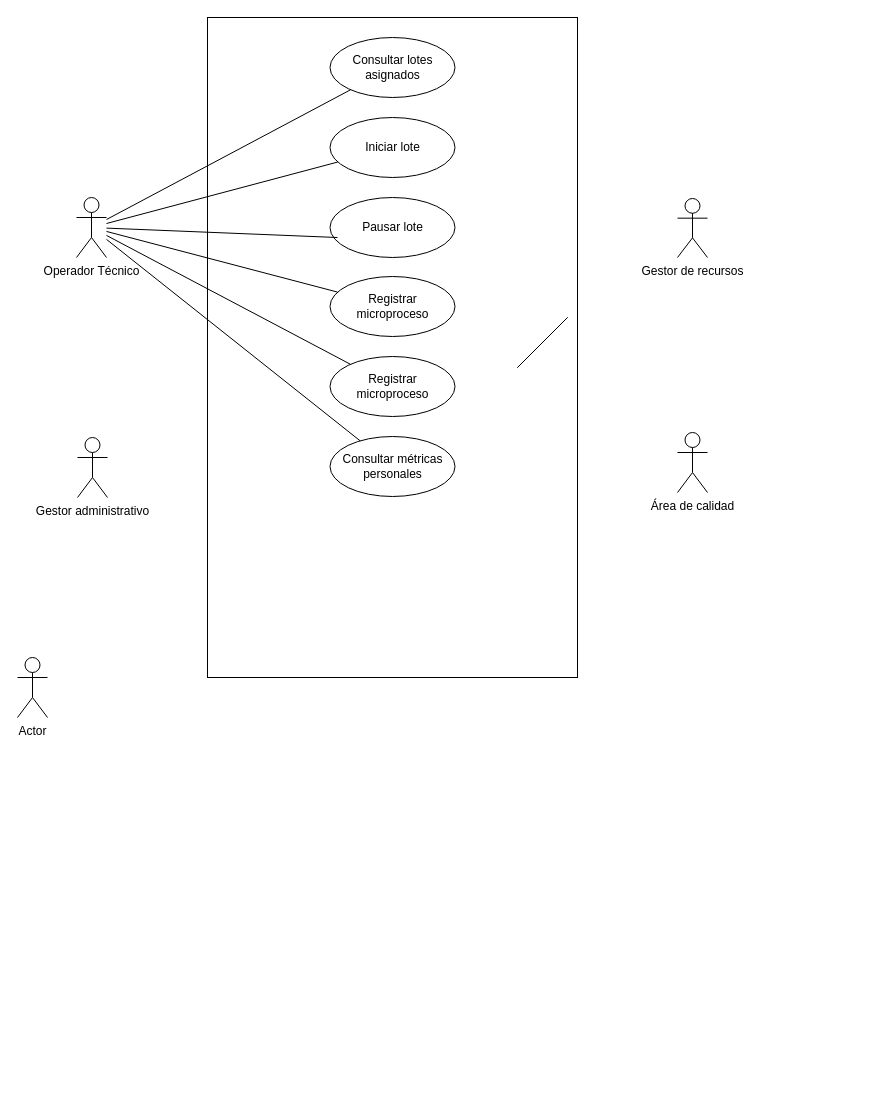
Before: Untitled Diagram.drawio in SantiArandaRod/dev_CiberLight, a draw.io diagram. Source tidied: cells renumbered, new cells numbered last; positions are measured from the earlier drawing's top-left corner, leaving out a move shared by most shapes. Both pictures are drawn from the tidied source at 100%, with x=0, y=0 at pixel (17, 17).
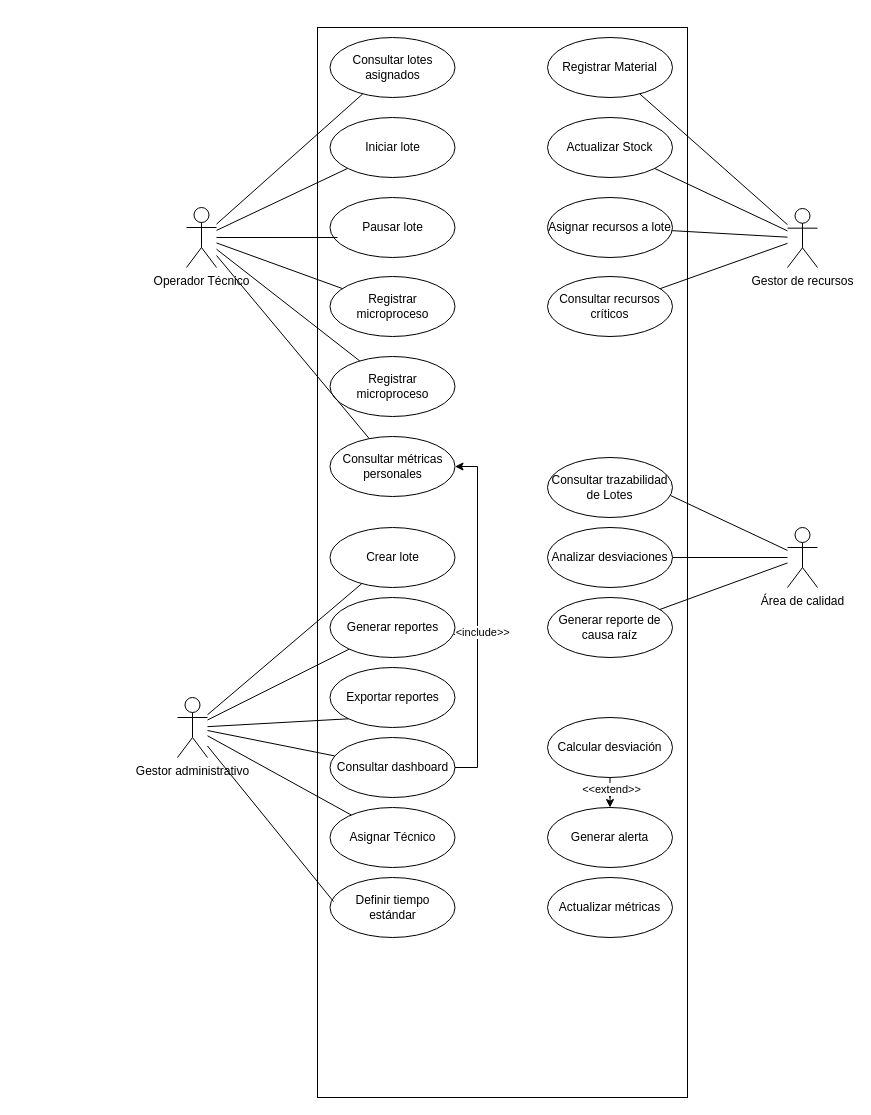
After the change.

Commit message:
actualizando casos de uso y sus relaciones

The change refers to these unchanged cells:
```xml
<mxCell id="13" value="Consultar métricas personales" style="ellipse;whiteSpace=wrap;html=1;" parent="1" vertex="1">
  <mxGeometry x="312.5" y="419" width="125" height="60" as="geometry" />
</mxCell>
```

Change to the diagram source:
```diff
@@
     <mxCell id="2" value="Operador Técnico" style="shape=umlActor;verticalLabelPosition=bottom;verticalAlign=top;html=1;outlineConnect=0;" parent="1" vertex="1">
-      <mxGeometry x="59" y="180" width="30" height="60" as="geometry" />
+      <mxGeometry x="169" y="190" width="30" height="60" as="geometry" />
     </mxCell>
     <mxCell id="3" value="Gestor de recursos" style="shape=umlActor;verticalLabelPosition=bottom;verticalAlign=top;html=1;outlineConnect=0;" parent="1" vertex="1">
-      <mxGeometry x="660" y="181" width="30" height="59" as="geometry" />
+      <mxGeometry x="770" y="191" width="30" height="59" as="geometry" />
     </mxCell>
     <mxCell id="4" value="Área de calidad" style="shape=umlActor;verticalLabelPosition=bottom;verticalAlign=top;html=1;outlineConnect=0;" parent="1" vertex="1">
-      <mxGeometry x="660" y="415" width="30" height="60" as="geometry" />
+      <mxGeometry x="770" y="510" width="30" height="60" as="geometry" />
     </mxCell>
     <mxCell id="5" value="Gestor administrativo" style="shape=umlActor;verticalLabelPosition=bottom;verticalAlign=top;html=1;outlineConnect=0;" parent="1" vertex="1">
-      <mxGeometry x="60" y="420" width="30" height="60" as="geometry" />
+      <mxGeometry x="160" y="680" width="30" height="60" as="geometry" />
     </mxCell>
-    <mxCell id="6" value="Actor" style="shape=umlActor;verticalLabelPosition=bottom;verticalAlign=top;html=1;" parent="1" vertex="1">
-      <mxGeometry y="640" width="30" height="60" as="geometry" />
-    </mxCell>
     <mxCell id="7" style="rounded=0;whiteSpace=wrap;html=1;" parent="1" vertex="1">
-      <mxGeometry x="190" width="370" height="660" as="geometry" />
+      <mxGeometry x="300" y="10" width="370" height="1070" as="geometry" />
     </mxCell>
@@
-    <mxCell id="17" style="endArrow=none;html=1;rounded=0;" parent="1" edge="1">
-      <mxGeometry relative="1" as="geometry">
-        <mxPoint x="500" y="350" as="sourcePoint" />
-        <mxPoint x="550" y="300" as="targetPoint" />
-      </mxGeometry>
-    </mxCell>
-    <mxCell id="18" style="endArrow=none;html=1;rounded=0;" parent="1" edge="1">
-      <mxGeometry relative="1" as="geometry">
-        <mxPoint x="500" y="350" as="sourcePoint" />
-        <mxPoint x="550" y="300" as="targetPoint" />
-      </mxGeometry>
-    </mxCell>
@@
+    <mxCell id="22" value="Crear lote" style="ellipse;whiteSpace=wrap;html=1;" parent="1" vertex="1">
+      <mxGeometry x="312.5" y="510" width="125" height="60" as="geometry" />
+    </mxCell>
+    <mxCell id="23" value="Asignar Técnico" style="ellipse;whiteSpace=wrap;html=1;" parent="1" vertex="1">
+      <mxGeometry x="312.5" y="790" width="125" height="60" as="geometry" />
+    </mxCell>
+    <mxCell id="24" value="Definir tiempo estándar" style="ellipse;whiteSpace=wrap;html=1;" parent="1" vertex="1">
+      <mxGeometry x="312.5" y="860" width="125" height="60" as="geometry" />
+    </mxCell>
+    <mxCell id="25" style="edgeStyle=orthogonalEdgeStyle;rounded=0;jettySize=auto;html=1;entryX=1;entryY=0.5;entryDx=0;entryDy=0;" parent="1" edge="1" source="27" target="13">
+      <mxGeometry relative="1" as="geometry">
+        <Array as="points">
+          <mxPoint x="460" y="750" />
+          <mxPoint x="460" y="449" />
+        </Array>
+      </mxGeometry>
+    </mxCell>
+    <mxCell id="26" value="&amp;lt;&amp;lt;include&lt;span style=&quot;background-color: light-dark(#ffffff, var(--ge-dark-color, #121212)); color: light-dark(rgb(0, 0, 0), rgb(255, 255, 255));&quot;&gt;&amp;gt;&amp;gt;&lt;/span&gt;" style="edgeLabel;html=1;align=center;verticalAlign=middle;" parent="25" vertex="1">
+      <mxGeometry x="-0.08" y="-1" relative="1" as="geometry">
+        <mxPoint y="1" as="offset" />
+      </mxGeometry>
+    </mxCell>
+    <mxCell id="27" value="Consultar dashboard" style="ellipse;whiteSpace=wrap;html=1;" parent="1" vertex="1">
+      <mxGeometry x="312.5" y="720" width="125" height="60" as="geometry" />
+    </mxCell>
+    <mxCell id="28" value="Generar reportes" style="ellipse;whiteSpace=wrap;html=1;" parent="1" vertex="1">
+      <mxGeometry x="312.5" y="580" width="125" height="60" as="geometry" />
+    </mxCell>
+    <mxCell id="29" value="Exportar reportes" style="ellipse;whiteSpace=wrap;html=1;" parent="1" vertex="1">
+      <mxGeometry x="312.5" y="650" width="125" height="60" as="geometry" />
+    </mxCell>
+    <mxCell id="30" style="endArrow=none;html=1;rounded=0;entryX=0.028;entryY=0.4;entryDx=0;entryDy=0;entryPerimeter=0;" parent="1" edge="1" source="5" target="24">
+      <mxGeometry relative="1" as="geometry" />
+    </mxCell>
+    <mxCell id="31" style="endArrow=none;html=1;rounded=0;" parent="1" edge="1" source="23" target="5">
+      <mxGeometry relative="1" as="geometry" />
+    </mxCell>
+    <mxCell id="32" style="endArrow=none;html=1;rounded=0;" parent="1" edge="1" source="27" target="5">
+      <mxGeometry relative="1" as="geometry" />
+    </mxCell>
+    <mxCell id="33" style="endArrow=none;html=1;rounded=0;exitX=0;exitY=1;exitDx=0;exitDy=0;" parent="1" edge="1" source="29" target="5">
+      <mxGeometry relative="1" as="geometry" />
+    </mxCell>
+    <mxCell id="34" style="endArrow=none;html=1;rounded=0;" parent="1" edge="1" source="5" target="28">
+      <mxGeometry relative="1" as="geometry" />
+    </mxCell>
+    <mxCell id="35" style="endArrow=none;html=1;rounded=0;" parent="1" edge="1" source="5" target="22">
+      <mxGeometry relative="1" as="geometry" />
+    </mxCell>
+    <mxCell id="36" value="Registrar Material" style="ellipse;whiteSpace=wrap;html=1;" parent="1" vertex="1">
+      <mxGeometry x="530" y="20" width="125" height="60" as="geometry" />
+    </mxCell>
+    <mxCell id="37" value="Actualizar Stock" style="ellipse;whiteSpace=wrap;html=1;" parent="1" vertex="1">
+      <mxGeometry x="530" y="100" width="125" height="60" as="geometry" />
+    </mxCell>
+    <mxCell id="38" value="Asignar recursos a lote" style="ellipse;whiteSpace=wrap;html=1;" parent="1" vertex="1">
+      <mxGeometry x="530" y="180" width="125" height="60" as="geometry" />
+    </mxCell>
+    <mxCell id="39" value="Consultar recursos críticos" style="ellipse;whiteSpace=wrap;html=1;" parent="1" vertex="1">
+      <mxGeometry x="530" y="259" width="125" height="60" as="geometry" />
+    </mxCell>
+    <mxCell id="40" style="endArrow=none;html=1;rounded=0;" parent="1" edge="1" source="39" target="3">
+      <mxGeometry relative="1" as="geometry" />
+    </mxCell>
+    <mxCell id="41" style="endArrow=none;html=1;rounded=0;" parent="1" edge="1" source="38" target="3">
+      <mxGeometry relative="1" as="geometry" />
+    </mxCell>
+    <mxCell id="42" style="endArrow=none;html=1;rounded=0;" parent="1" edge="1" source="37" target="3">
+      <mxGeometry relative="1" as="geometry" />
+    </mxCell>
+    <mxCell id="43" style="endArrow=none;html=1;rounded=0;" parent="1" edge="1" source="36" target="3">
+      <mxGeometry relative="1" as="geometry" />
+    </mxCell>
+    <mxCell id="44" value="Consultar trazabilidad de Lotes" style="ellipse;whiteSpace=wrap;html=1;" parent="1" vertex="1">
+      <mxGeometry x="530" y="440" width="125" height="60" as="geometry" />
+    </mxCell>
+    <mxCell id="45" value="Generar reporte de causa raíz" style="ellipse;whiteSpace=wrap;html=1;" parent="1" vertex="1">
+      <mxGeometry x="530" y="580" width="125" height="60" as="geometry" />
+    </mxCell>
+    <mxCell id="46" value="Analizar desviaciones" style="ellipse;whiteSpace=wrap;html=1;" parent="1" vertex="1">
+      <mxGeometry x="530" y="510" width="125" height="60" as="geometry" />
+    </mxCell>
+    <mxCell id="47" style="endArrow=none;html=1;rounded=0;" parent="1" edge="1" source="4" target="46">
+      <mxGeometry relative="1" as="geometry" />
+    </mxCell>
+    <mxCell id="48" style="endArrow=none;html=1;rounded=0;exitX=0.984;exitY=0.633;exitDx=0;exitDy=0;exitPerimeter=0;" parent="1" edge="1" source="44" target="4">
+      <mxGeometry relative="1" as="geometry" />
+    </mxCell>
+    <mxCell id="49" style="endArrow=none;html=1;rounded=0;" parent="1" edge="1" source="45" target="4">
+      <mxGeometry relative="1" as="geometry" />
+    </mxCell>
+    <mxCell id="50" style="edgeStyle=orthogonalEdgeStyle;rounded=0;jettySize=auto;html=1;entryX=0.5;entryY=0;entryDx=0;entryDy=0;" parent="1" edge="1" source="52" target="53">
+      <mxGeometry relative="1" as="geometry" />
+    </mxCell>
+    <mxCell id="51" value="&amp;lt;&amp;lt;extend&lt;span style=&quot;background-color: light-dark(#ffffff, var(--ge-dark-color, #121212)); color: light-dark(rgb(0, 0, 0), rgb(255, 255, 255));&quot;&gt;&amp;gt;&amp;gt;&lt;/span&gt;" style="edgeLabel;html=1;align=center;verticalAlign=middle;" parent="50" vertex="1">
+      <mxGeometry x="0.44" y="2" relative="1" as="geometry">
+        <mxPoint x="-1" y="-5" as="offset" />
+      </mxGeometry>
+    </mxCell>
+    <mxCell id="52" value="Calcular desviación" style="ellipse;whiteSpace=wrap;html=1;" parent="1" vertex="1">
+      <mxGeometry x="530" y="700" width="125" height="60" as="geometry" />
+    </mxCell>
+    <mxCell id="53" value="Generar alerta" style="ellipse;whiteSpace=wrap;html=1;" parent="1" vertex="1">
+      <mxGeometry x="530" y="790" width="125" height="60" as="geometry" />
+    </mxCell>
+    <mxCell id="54" value="Actualizar métricas" style="ellipse;whiteSpace=wrap;html=1;" parent="1" vertex="1">
+      <mxGeometry x="530" y="860" width="125" height="60" as="geometry" />
+    </mxCell>
```
